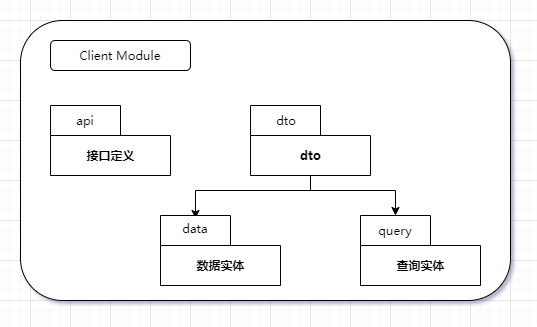
Before: doc/image/witboot-client.png, a diagram exported from draw.io (sunxiaozhi/WitBoot). Source tidied: cells renumbered, new cells last; positions are measured from the earlier drawing's top-left corner, leaving out a move shared by most shapes.
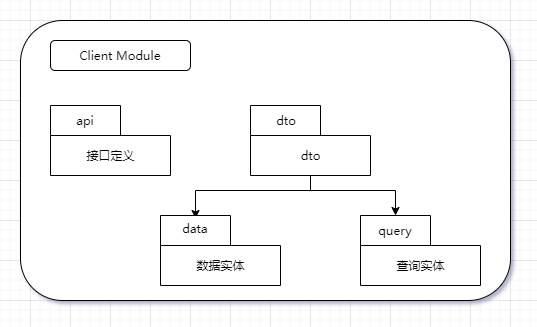
Later version of the same file.

Diff of the diagram source:
```diff
@@ -2,25 +2,25 @@
   <root>
     <mxCell id="0" />
     <mxCell id="1" parent="0" />
-    <mxCell id="2" style="rounded=1;whiteSpace=wrap;html=1;fontFamily=SourceCodePro-Medium;" parent="1" vertex="1">
+    <mxCell id="2" style="rounded=1;whiteSpace=wrap;html=1;fontFamily=SourceCodePro-Medium;fontStyle=0;" parent="1" vertex="1">
       <mxGeometry width="490" height="280" as="geometry" />
     </mxCell>
-    <mxCell id="3" value="接口定义" style="shape=folder;fontStyle=1;tabWidth=70;tabHeight=30;tabPosition=left;html=1;boundedLbl=1;fontFamily=SourceCodePro-Medium;" parent="1" vertex="1">
+    <mxCell id="3" value="接口定义" style="shape=folder;fontStyle=0;tabWidth=70;tabHeight=30;tabPosition=left;html=1;boundedLbl=1;fontFamily=SourceCodePro-Medium;" parent="1" vertex="1">
       <mxGeometry x="30" y="85" width="120" height="70" as="geometry" />
     </mxCell>
-    <mxCell id="4" value="Client Module" style="rounded=1;whiteSpace=wrap;html=1;fontFamily=SourceCodePro-Medium;" parent="1" vertex="1">
+    <mxCell id="4" value="Client Module" style="rounded=1;whiteSpace=wrap;html=1;fontFamily=SourceCodePro-Medium;fontStyle=0;" parent="1" vertex="1">
       <mxGeometry x="30" y="20" width="140" height="30" as="geometry" />
     </mxCell>
-    <mxCell id="5" value="api" style="text;html=1;strokeColor=none;fillColor=none;align=center;verticalAlign=middle;whiteSpace=wrap;rounded=0;fontFamily=SourceCodePro-Medium;" parent="1" vertex="1">
+    <mxCell id="5" value="api" style="text;html=1;strokeColor=none;fillColor=none;align=center;verticalAlign=middle;whiteSpace=wrap;rounded=0;fontFamily=SourceCodePro-Medium;fontStyle=0;" parent="1" vertex="1">
       <mxGeometry x="45" y="90" width="40" height="20" as="geometry" />
     </mxCell>
-    <mxCell id="6" style="edgeStyle=orthogonalEdgeStyle;rounded=0;orthogonalLoop=1;jettySize=auto;html=1;exitX=0.5;exitY=1;exitDx=0;exitDy=0;fontFamily=SourceCodePro-Medium;" parent="1" edge="1">
+    <mxCell id="6" style="edgeStyle=orthogonalEdgeStyle;rounded=0;orthogonalLoop=1;jettySize=auto;html=1;exitX=0.5;exitY=1;exitDx=0;exitDy=0;fontFamily=SourceCodePro-Medium;fontStyle=0;" parent="1" edge="1">
       <mxGeometry relative="1" as="geometry">
         <mxPoint x="70" y="129" as="sourcePoint" />
         <mxPoint x="70" y="129" as="targetPoint" />
       </mxGeometry>
     </mxCell>
-    <mxCell id="7" style="edgeStyle=orthogonalEdgeStyle;rounded=0;jettySize=auto;html=1;entryX=0.5;entryY=0;entryDx=0;entryDy=0;fontFamily=SourceCodePro-Medium;" parent="1" edge="1" source="9" target="12">
+    <mxCell id="7" style="edgeStyle=orthogonalEdgeStyle;rounded=0;jettySize=auto;html=1;entryX=0.5;entryY=0;entryDx=0;entryDy=0;fontFamily=SourceCodePro-Medium;fontStyle=0;" parent="1" edge="1" source="9" target="12">
       <mxGeometry relative="1" as="geometry">
         <Array as="points">
           <mxPoint x="290" y="170" />
@@ -28,7 +28,7 @@
         </Array>
       </mxGeometry>
     </mxCell>
-    <mxCell id="8" style="edgeStyle=orthogonalEdgeStyle;rounded=0;jettySize=auto;html=1;entryX=0;entryY=0;entryDx=35;entryDy=0;entryPerimeter=0;fontFamily=SourceCodePro-Medium;" parent="1" edge="1" source="9" target="13">
+    <mxCell id="8" style="edgeStyle=orthogonalEdgeStyle;rounded=0;jettySize=auto;html=1;entryX=0;entryY=0;entryDx=35;entryDy=0;entryPerimeter=0;fontFamily=SourceCodePro-Medium;fontStyle=0;" parent="1" edge="1" source="9" target="13">
       <mxGeometry relative="1" as="geometry">
         <Array as="points">
           <mxPoint x="290" y="170" />
@@ -36,22 +36,22 @@
         </Array>
       </mxGeometry>
     </mxCell>
-    <mxCell id="9" value="dto" style="shape=folder;fontStyle=1;tabWidth=70;tabHeight=30;tabPosition=left;html=1;boundedLbl=1;fontFamily=SourceCodePro-Medium;" parent="1" vertex="1">
+    <mxCell id="9" value="dto" style="shape=folder;fontStyle=0;tabWidth=70;tabHeight=30;tabPosition=left;html=1;boundedLbl=1;fontFamily=SourceCodePro-Medium;" parent="1" vertex="1">
       <mxGeometry x="230" y="85" width="120" height="70" as="geometry" />
     </mxCell>
-    <mxCell id="10" value="数据实体" style="shape=folder;fontStyle=1;tabWidth=70;tabHeight=30;tabPosition=left;html=1;boundedLbl=1;fontFamily=SourceCodePro-Medium;" parent="1" vertex="1">
+    <mxCell id="10" value="数据实体" style="shape=folder;fontStyle=0;tabWidth=70;tabHeight=30;tabPosition=left;html=1;boundedLbl=1;fontFamily=SourceCodePro-Medium;" parent="1" vertex="1">
       <mxGeometry x="140" y="195" width="120" height="70" as="geometry" />
     </mxCell>
-    <mxCell id="11" value="dto" style="text;html=1;strokeColor=none;fillColor=none;align=center;verticalAlign=middle;whiteSpace=wrap;rounded=0;fontFamily=SourceCodePro-Medium;" parent="1" vertex="1">
+    <mxCell id="11" value="dto" style="text;html=1;strokeColor=none;fillColor=none;align=center;verticalAlign=middle;whiteSpace=wrap;rounded=0;fontFamily=SourceCodePro-Medium;fontStyle=0;" parent="1" vertex="1">
       <mxGeometry x="245.5" y="90" width="40" height="20" as="geometry" />
     </mxCell>
-    <mxCell id="12" value="data" style="text;html=1;strokeColor=none;fillColor=none;align=center;verticalAlign=middle;whiteSpace=wrap;rounded=0;fontFamily=SourceCodePro-Medium;" parent="1" vertex="1">
+    <mxCell id="12" value="data" style="text;html=1;strokeColor=none;fillColor=none;align=center;verticalAlign=middle;whiteSpace=wrap;rounded=0;fontFamily=SourceCodePro-Medium;fontStyle=0;" parent="1" vertex="1">
       <mxGeometry x="155" y="198" width="40" height="20" as="geometry" />
     </mxCell>
-    <mxCell id="13" value="查询实体" style="shape=folder;fontStyle=1;tabWidth=70;tabHeight=30;tabPosition=left;html=1;boundedLbl=1;fontFamily=SourceCodePro-Medium;" parent="1" vertex="1">
+    <mxCell id="13" value="查询实体" style="shape=folder;fontStyle=0;tabWidth=70;tabHeight=30;tabPosition=left;html=1;boundedLbl=1;fontFamily=SourceCodePro-Medium;" parent="1" vertex="1">
       <mxGeometry x="340" y="195" width="120" height="70" as="geometry" />
     </mxCell>
-    <mxCell id="14" value="query" style="text;html=1;strokeColor=none;fillColor=none;align=center;verticalAlign=middle;whiteSpace=wrap;rounded=0;fontFamily=SourceCodePro-Medium;" parent="1" vertex="1">
+    <mxCell id="14" value="query" style="text;html=1;strokeColor=none;fillColor=none;align=center;verticalAlign=middle;whiteSpace=wrap;rounded=0;fontFamily=SourceCodePro-Medium;fontStyle=0;" parent="1" vertex="1">
       <mxGeometry x="355" y="200" width="40" height="20" as="geometry" />
     </mxCell>
   </root>
```
